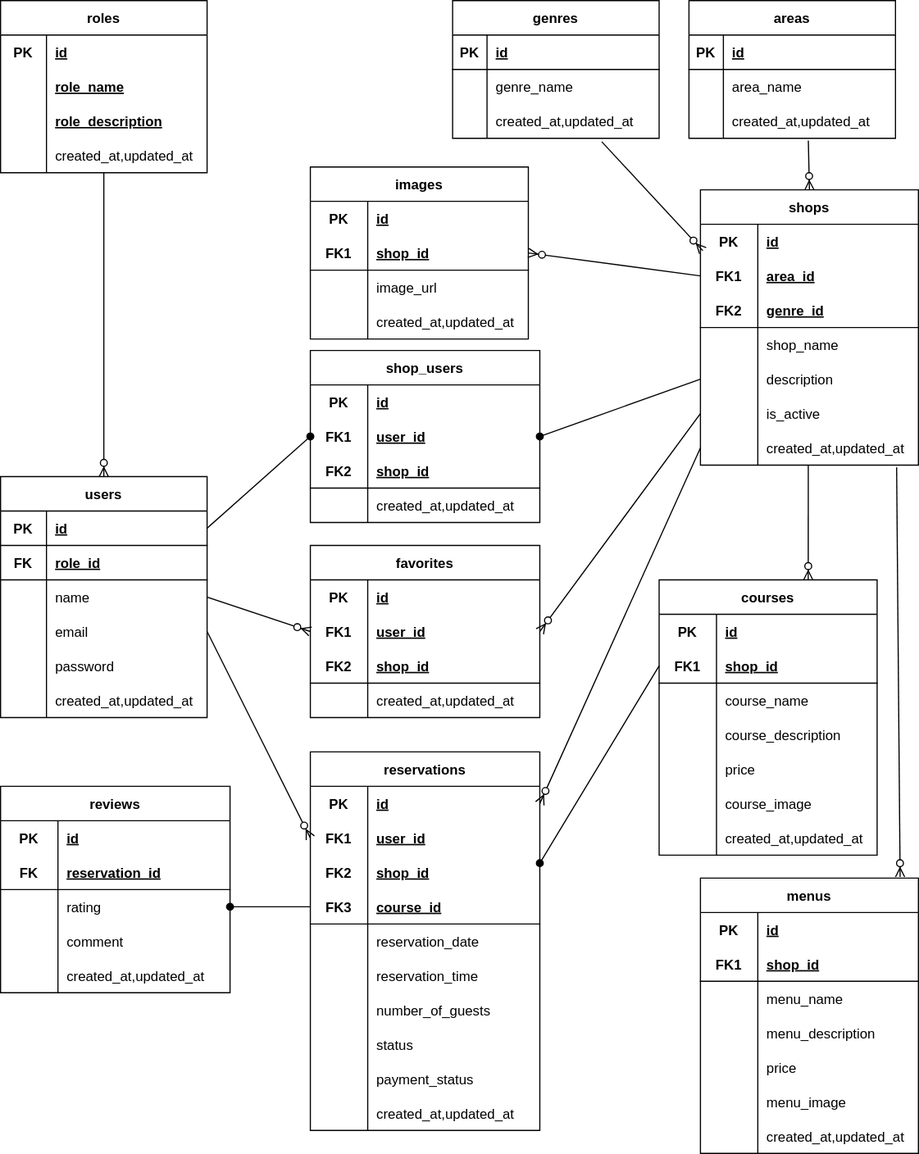
Earlier version of the draw.io export er.drawio.svg (fujico23/rese-system). Source tidied: cells renumbered, new cells last; positions are measured from the earlier drawing's top-left corner, leaving out a move shared by most shapes.
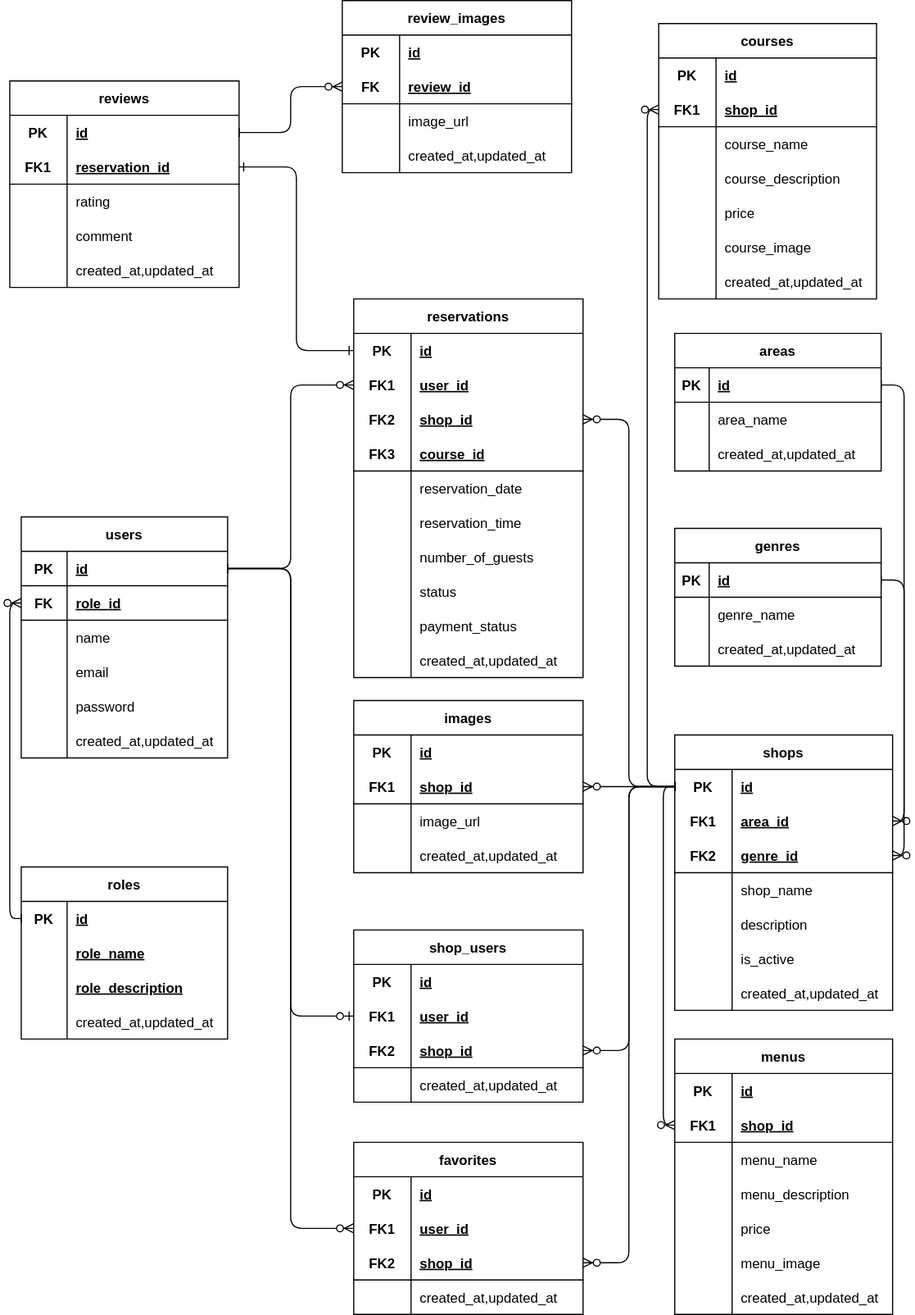
Later version of the same file.

Change to the diagram source:
```diff
@@ -5,3 +5,3 @@
     <mxCell id="2" value="users" style="shape=table;startSize=30;rowLines=0;fontStyle=1;align=center;rounded=0;" parent="1" vertex="1">
-      <mxGeometry y="415" width="180" height="210" as="geometry" />
+      <mxGeometry x="14" y="455" width="180" height="210" as="geometry" />
     </mxCell>
@@ -62,3 +62,3 @@
     <mxCell id="21" value="areas" style="shape=table;startSize=30;rowLines=0;fontStyle=1;align=center;rounded=0;" parent="1" vertex="1">
-      <mxGeometry x="600" width="180" height="120" as="geometry" />
+      <mxGeometry x="584" y="295" width="180" height="120" as="geometry" />
     </mxCell>
@@ -92,3 +92,3 @@
     <mxCell id="31" value="genres" style="shape=table;startSize=30;rowLines=0;fontStyle=1;align=center;rounded=0;" parent="1" vertex="1">
-      <mxGeometry x="394" width="180" height="120" as="geometry" />
+      <mxGeometry x="584" y="465" width="180" height="120" as="geometry" />
     </mxCell>
@@ -122,3 +122,3 @@
     <mxCell id="41" value="shops" style="shape=table;startSize=30;rowLines=0;fontStyle=1;align=center;rounded=0;" parent="1" vertex="1">
-      <mxGeometry x="610" y="165" width="190" height="240" as="geometry" />
+      <mxGeometry x="584" y="645" width="190" height="240" as="geometry" />
     </mxCell>
@@ -188,3 +188,3 @@
     <mxCell id="63" value="favorites" style="shape=table;startSize=30;rowLines=0;fontStyle=1;align=center;rounded=0;" parent="1" vertex="1">
-      <mxGeometry x="270" y="475" width="200" height="150" as="geometry" />
+      <mxGeometry x="304" y="1000" width="200" height="150" as="geometry" />
     </mxCell>
@@ -227,3 +227,3 @@
     <mxCell id="76" value="reservations" style="shape=table;startSize=30;rowLines=0;fontStyle=1;align=center;rounded=0;" parent="1" vertex="1">
-      <mxGeometry x="270" y="655" width="200" height="330" as="geometry" />
+      <mxGeometry x="304" y="265" width="200" height="330" as="geometry" />
     </mxCell>
@@ -320,3 +320,3 @@
     <mxCell id="107" value="roles" style="shape=table;startSize=30;rowLines=0;fontStyle=1;align=center;rounded=0;" parent="1" vertex="1">
-      <mxGeometry width="180" height="150" as="geometry" />
+      <mxGeometry x="14" y="760" width="180" height="150" as="geometry" />
     </mxCell>
@@ -358,19 +358,4 @@
     </mxCell>
-    <mxCell id="120" style="fontSize=12;html=1;endArrow=ERzeroToMany;endFill=1;rounded=0;entryX=0;entryY=0.5;entryDx=0;entryDy=0;exitX=1;exitY=0.5;exitDx=0;exitDy=0;" parent="1" edge="1" source="9" target="67">
-      <mxGeometry relative="1" as="geometry" />
-    </mxCell>
-    <mxCell id="121" style="fontSize=12;html=1;endArrow=ERzeroToMany;endFill=1;rounded=0;exitX=1;exitY=0.5;exitDx=0;exitDy=0;entryX=0;entryY=0.5;entryDx=0;entryDy=0;" parent="1" edge="1" source="12" target="80">
-      <mxGeometry relative="1" as="geometry" />
-    </mxCell>
-    <mxCell id="122" style="fontSize=12;html=1;endArrow=ERzeroToMany;endFill=1;rounded=0;entryX=1;entryY=0.5;entryDx=0;entryDy=0;exitX=0;exitY=0.5;exitDx=0;exitDy=0;" parent="1" edge="1" source="57" target="67">
-      <mxGeometry relative="1" as="geometry" />
-    </mxCell>
-    <mxCell id="123" style="fontSize=12;html=1;endArrow=ERzeroToMany;endFill=1;rounded=0;exitX=0.722;exitY=1.1;exitDx=0;exitDy=0;entryX=0.011;entryY=0.767;entryDx=0;entryDy=0;exitPerimeter=0;entryPerimeter=0;" parent="1" edge="1" source="38" target="42">
-      <mxGeometry relative="1" as="geometry" />
-    </mxCell>
-    <mxCell id="124" style="fontSize=12;html=1;endArrow=ERzeroToMany;endFill=1;rounded=0;exitX=0.578;exitY=1.067;exitDx=0;exitDy=0;entryX=0.5;entryY=0;entryDx=0;entryDy=0;exitPerimeter=0;" parent="1" edge="1" source="28" target="41">
-      <mxGeometry relative="1" as="geometry" />
-    </mxCell>
     <mxCell id="125" value="reviews" style="shape=table;startSize=30;rowLines=0;fontStyle=1;align=center;rounded=0;" parent="1" vertex="1">
-      <mxGeometry y="685" width="200" height="180" as="geometry" />
+      <mxGeometry x="4" y="75" width="200" height="180" as="geometry" />
     </mxCell>
@@ -388,3 +373,3 @@
     </mxCell>
-    <mxCell id="130" value="FK" style="shape=partialRectangle;fillColor=none;top=0;left=0;bottom=0;right=0;fontStyle=1;overflow=hidden;rounded=0;" parent="129" vertex="1">
+    <mxCell id="130" value="FK1" style="shape=partialRectangle;fillColor=none;top=0;left=0;bottom=0;right=0;fontStyle=1;overflow=hidden;rounded=0;" parent="129" vertex="1">
       <mxGeometry width="50" height="30" as="geometry" />
@@ -421,10 +406,7 @@
     </mxCell>
-    <mxCell id="141" style="fontSize=12;html=1;endArrow=ERzeroToMany;endFill=1;rounded=0;entryX=0.5;entryY=0;entryDx=0;entryDy=0;" parent="1" edge="1" source="117" target="2">
-      <mxGeometry relative="1" as="geometry" />
-    </mxCell>
     <mxCell id="142" value="images" style="shape=table;startSize=30;rowLines=0;fontStyle=1;align=center;rounded=0;" parent="1" vertex="1">
-      <mxGeometry x="270" y="145" width="190" height="150" as="geometry" />
+      <mxGeometry x="304" y="615" width="200" height="150" as="geometry" />
     </mxCell>
     <mxCell id="143" style="shape=tableRow;horizontal=0;startSize=0;swimlaneHead=0;swimlaneBody=0;fillColor=none;top=0;left=0;right=0;bottom=0;rounded=0;" parent="142" vertex="1">
-      <mxGeometry y="30" width="190" height="30" as="geometry" />
+      <mxGeometry y="30" width="200" height="30" as="geometry" />
     </mxCell>
@@ -434,6 +416,6 @@
     <mxCell id="145" value="id" style="shape=partialRectangle;fillColor=none;top=0;left=0;bottom=0;right=0;align=left;spacingLeft=6;fontStyle=5;overflow=hidden;rounded=0;" parent="143" vertex="1">
-      <mxGeometry x="50" width="140" height="30" as="geometry" />
+      <mxGeometry x="50" width="150" height="30" as="geometry" />
     </mxCell>
     <mxCell id="146" style="shape=tableRow;horizontal=0;startSize=0;swimlaneHead=0;swimlaneBody=0;fillColor=none;points=[[0,0.5],[1,0.5]];portConstraint=eastwest;top=0;left=0;right=0;bottom=1;rounded=0;" parent="142" vertex="1">
-      <mxGeometry y="60" width="190" height="30" as="geometry" />
+      <mxGeometry y="60" width="200" height="30" as="geometry" />
     </mxCell>
@@ -443,6 +425,6 @@
     <mxCell id="148" value="shop_id" style="shape=partialRectangle;fillColor=none;top=0;left=0;bottom=0;right=0;align=left;spacingLeft=6;fontStyle=5;overflow=hidden;rounded=0;" parent="146" vertex="1">
-      <mxGeometry x="50" width="140" height="30" as="geometry" />
+      <mxGeometry x="50" width="150" height="30" as="geometry" />
     </mxCell>
     <mxCell id="149" style="shape=tableRow;horizontal=0;startSize=0;swimlaneHead=0;swimlaneBody=0;fillColor=none;top=0;left=0;right=0;bottom=0;rounded=0;" parent="142" vertex="1">
-      <mxGeometry y="90" width="190" height="30" as="geometry" />
+      <mxGeometry y="90" width="200" height="30" as="geometry" />
     </mxCell>
@@ -452,6 +434,6 @@
     <mxCell id="151" value="image_url" style="shape=partialRectangle;fillColor=none;top=0;left=0;bottom=0;right=0;align=left;spacingLeft=6;overflow=hidden;rounded=0;" parent="149" vertex="1">
-      <mxGeometry x="50" width="140" height="30" as="geometry" />
+      <mxGeometry x="50" width="150" height="30" as="geometry" />
     </mxCell>
     <mxCell id="152" style="shape=tableRow;horizontal=0;startSize=0;swimlaneHead=0;swimlaneBody=0;fillColor=none;top=0;left=0;right=0;bottom=0;rounded=0;" parent="142" vertex="1">
-      <mxGeometry y="120" width="190" height="30" as="geometry" />
+      <mxGeometry y="120" width="200" height="30" as="geometry" />
     </mxCell>
@@ -461,9 +443,6 @@
     <mxCell id="154" value="created_at,updated_at" style="shape=partialRectangle;fillColor=none;top=0;left=0;bottom=0;right=0;align=left;spacingLeft=6;overflow=hidden;rounded=0;" parent="152" vertex="1">
-      <mxGeometry x="50" width="140" height="30" as="geometry" />
+      <mxGeometry x="50" width="150" height="30" as="geometry" />
     </mxCell>
-    <mxCell id="155" style="fontSize=12;html=1;endArrow=ERzeroToMany;endFill=1;rounded=0;entryX=1;entryY=0.5;entryDx=0;entryDy=0;exitX=0;exitY=0.5;exitDx=0;exitDy=0;" parent="1" edge="1" source="45" target="146">
-      <mxGeometry relative="1" as="geometry" />
-    </mxCell>
     <mxCell id="156" value="shop_users" style="shape=table;startSize=30;rowLines=0;fontStyle=1;align=center;rounded=0;" parent="1" vertex="1">
-      <mxGeometry x="270" y="305" width="200" height="150" as="geometry" />
+      <mxGeometry x="304" y="815" width="200" height="150" as="geometry" />
     </mxCell>
@@ -505,13 +484,4 @@
     </mxCell>
-    <mxCell id="169" style="fontSize=12;html=1;endArrow=oval;endFill=1;rounded=0;exitX=1;exitY=0.5;exitDx=0;exitDy=0;entryX=0;entryY=0.5;entryDx=0;entryDy=0;" parent="1" edge="1" source="3" target="160">
-      <mxGeometry relative="1" as="geometry" />
-    </mxCell>
-    <mxCell id="170" style="fontSize=12;html=1;endArrow=oval;endFill=1;rounded=0;entryX=1;entryY=0.5;entryDx=0;entryDy=0;exitX=0;exitY=0.5;exitDx=0;exitDy=0;" parent="1" edge="1" source="54" target="160">
-      <mxGeometry relative="1" as="geometry" />
-    </mxCell>
-    <mxCell id="171" style="fontSize=12;html=1;endArrow=oval;endFill=1;rounded=0;entryX=1;entryY=0.5;entryDx=0;entryDy=0;exitX=0;exitY=0.5;exitDx=0;exitDy=0;" parent="1" edge="1" source="86" target="132">
-      <mxGeometry relative="1" as="geometry" />
-    </mxCell>
     <mxCell id="172" value="menus" style="shape=table;startSize=30;rowLines=0;fontStyle=1;align=center;rounded=0;" parent="1" vertex="1">
-      <mxGeometry x="610" y="765" width="190" height="240" as="geometry" />
+      <mxGeometry x="584" y="910" width="190" height="240" as="geometry" />
     </mxCell>
@@ -580,10 +550,4 @@
     </mxCell>
-    <mxCell id="194" style="fontSize=12;html=1;endArrow=ERzeroToMany;endFill=1;rounded=0;entryX=0.916;entryY=-0.004;entryDx=0;entryDy=0;exitX=0.9;exitY=1.067;exitDx=0;exitDy=0;exitPerimeter=0;entryPerimeter=0;" parent="1" edge="1" source="60" target="172">
-      <mxGeometry relative="1" as="geometry" />
-    </mxCell>
-    <mxCell id="195" style="fontSize=12;html=1;endArrow=ERzeroToMany;endFill=1;rounded=0;entryX=1;entryY=0.5;entryDx=0;entryDy=0;exitX=0;exitY=0.5;exitDx=0;exitDy=0;" parent="1" edge="1" source="60" target="77">
-      <mxGeometry relative="1" as="geometry" />
-    </mxCell>
     <mxCell id="196" value="courses" style="shape=table;startSize=30;rowLines=0;fontStyle=1;align=center;rounded=0;" parent="1" vertex="1">
-      <mxGeometry x="574" y="505" width="190" height="240" as="geometry" />
+      <mxGeometry x="570" y="25" width="190" height="240" as="geometry" />
     </mxCell>
@@ -652,10 +616,89 @@
     </mxCell>
-    <mxCell id="218" style="fontSize=12;html=1;endArrow=oval;endFill=1;rounded=0;entryX=1;entryY=0.233;entryDx=0;entryDy=0;exitX=0;exitY=0.5;exitDx=0;exitDy=0;entryPerimeter=0;" parent="1" edge="1" source="200" target="83">
-      <mxGeometry relative="1" as="geometry" />
-    </mxCell>
-    <mxCell id="219" style="fontSize=12;html=1;endArrow=ERzeroToMany;endFill=1;rounded=0;entryX=0.684;entryY=0;entryDx=0;entryDy=0;entryPerimeter=0;" parent="1" edge="1" target="196">
-      <mxGeometry relative="1" as="geometry">
-        <mxPoint x="704" y="405" as="sourcePoint" />
-      </mxGeometry>
-    </mxCell>
+    <mxCell id="220" value="review_images" style="shape=table;startSize=30;rowLines=0;fontStyle=1;align=center;rounded=0;" parent="1" vertex="1">
+      <mxGeometry x="294" y="5" width="200" height="150" as="geometry" />
+    </mxCell>
+    <mxCell id="221" style="shape=tableRow;horizontal=0;startSize=0;swimlaneHead=0;swimlaneBody=0;fillColor=none;top=0;left=0;right=0;bottom=0;rounded=0;" parent="220" vertex="1">
+      <mxGeometry y="30" width="200" height="30" as="geometry" />
+    </mxCell>
+    <mxCell id="222" value="PK" style="shape=partialRectangle;fillColor=none;top=0;left=0;bottom=0;right=0;fontStyle=1;overflow=hidden;rounded=0;" parent="221" vertex="1">
+      <mxGeometry width="50" height="30" as="geometry" />
+    </mxCell>
+    <mxCell id="223" value="id" style="shape=partialRectangle;fillColor=none;top=0;left=0;bottom=0;right=0;align=left;spacingLeft=6;fontStyle=5;overflow=hidden;rounded=0;" parent="221" vertex="1">
+      <mxGeometry x="50" width="150" height="30" as="geometry" />
+    </mxCell>
+    <mxCell id="224" style="shape=tableRow;horizontal=0;startSize=0;swimlaneHead=0;swimlaneBody=0;fillColor=none;points=[[0,0.5],[1,0.5]];portConstraint=eastwest;top=0;left=0;right=0;bottom=1;rounded=0;" parent="220" vertex="1">
+      <mxGeometry y="60" width="200" height="30" as="geometry" />
+    </mxCell>
+    <mxCell id="225" value="FK" style="shape=partialRectangle;fillColor=none;top=0;left=0;bottom=0;right=0;fontStyle=1;overflow=hidden;rounded=0;" parent="224" vertex="1">
+      <mxGeometry width="50" height="30" as="geometry" />
+    </mxCell>
+    <mxCell id="226" value="review_id" style="shape=partialRectangle;fillColor=none;top=0;left=0;bottom=0;right=0;align=left;spacingLeft=6;fontStyle=5;overflow=hidden;rounded=0;" parent="224" vertex="1">
+      <mxGeometry x="50" width="150" height="30" as="geometry" />
+    </mxCell>
+    <mxCell id="227" style="shape=tableRow;horizontal=0;startSize=0;swimlaneHead=0;swimlaneBody=0;fillColor=none;top=0;left=0;right=0;bottom=0;rounded=0;" parent="220" vertex="1">
+      <mxGeometry y="90" width="200" height="30" as="geometry" />
+    </mxCell>
+    <mxCell id="228" style="shape=partialRectangle;fillColor=none;top=0;left=0;bottom=0;right=0;overflow=hidden;rounded=0;" parent="227" vertex="1">
+      <mxGeometry width="50" height="30" as="geometry" />
+    </mxCell>
+    <mxCell id="229" value="image_url" style="shape=partialRectangle;fillColor=none;top=0;left=0;bottom=0;right=0;align=left;spacingLeft=6;overflow=hidden;rounded=0;" parent="227" vertex="1">
+      <mxGeometry x="50" width="150" height="30" as="geometry" />
+    </mxCell>
+    <mxCell id="230" style="shape=tableRow;horizontal=0;startSize=0;swimlaneHead=0;swimlaneBody=0;fillColor=none;top=0;left=0;right=0;bottom=0;rounded=0;" parent="220" vertex="1">
+      <mxGeometry y="120" width="200" height="30" as="geometry" />
+    </mxCell>
+    <mxCell id="231" style="shape=partialRectangle;fillColor=none;top=0;left=0;bottom=0;right=0;overflow=hidden;rounded=0;" parent="230" vertex="1">
+      <mxGeometry width="50" height="30" as="geometry" />
+    </mxCell>
+    <mxCell id="232" value="created_at,updated_at" style="shape=partialRectangle;fillColor=none;top=0;left=0;bottom=0;right=0;align=left;spacingLeft=6;overflow=hidden;rounded=0;" parent="230" vertex="1">
+      <mxGeometry x="50" width="150" height="30" as="geometry" />
+    </mxCell>
+    <mxCell id="233" style="fontSize=12;html=1;endArrow=ERzeroToMany;endFill=1;rounded=1;exitX=0;exitY=0.5;exitDx=0;exitDy=0;entryX=0;entryY=0.5;entryDx=0;entryDy=0;startArrow=baseDash;startFill=0;edgeStyle=orthogonalEdgeStyle;" parent="1" edge="1" source="42" target="200">
+      <mxGeometry relative="1" as="geometry" />
+    </mxCell>
+    <mxCell id="234" style="fontSize=12;html=1;endArrow=ERzeroToMany;endFill=1;rounded=1;exitX=0;exitY=0.5;exitDx=0;exitDy=0;entryX=1;entryY=0.5;entryDx=0;entryDy=0;startArrow=baseDash;startFill=0;edgeStyle=orthogonalEdgeStyle;" parent="1" edge="1" source="42" target="146">
+      <mxGeometry relative="1" as="geometry" />
+    </mxCell>
+    <mxCell id="235" style="fontSize=12;html=1;endArrow=ERzeroToMany;endFill=1;rounded=1;exitX=0;exitY=0.5;exitDx=0;exitDy=0;entryX=1;entryY=0.5;entryDx=0;entryDy=0;startArrow=baseDash;startFill=0;edgeStyle=orthogonalEdgeStyle;" parent="1" edge="1" source="42" target="163">
+      <mxGeometry relative="1" as="geometry" />
+    </mxCell>
+    <mxCell id="236" style="fontSize=12;html=1;endArrow=ERzeroToMany;endFill=1;rounded=1;exitX=0;exitY=0.5;exitDx=0;exitDy=0;entryX=1;entryY=0.5;entryDx=0;entryDy=0;startArrow=baseDash;startFill=0;edgeStyle=orthogonalEdgeStyle;" parent="1" edge="1" source="42" target="70">
+      <mxGeometry relative="1" as="geometry" />
+    </mxCell>
+    <mxCell id="237" style="fontSize=12;html=1;endArrow=ERzeroToMany;endFill=1;rounded=1;exitX=0;exitY=0.5;exitDx=0;exitDy=0;entryX=1;entryY=0.5;entryDx=0;entryDy=0;startArrow=baseDash;startFill=0;edgeStyle=orthogonalEdgeStyle;" parent="1" edge="1" source="42" target="83">
+      <mxGeometry relative="1" as="geometry" />
+    </mxCell>
+    <mxCell id="238" style="fontSize=12;html=1;endArrow=ERzeroToMany;endFill=1;rounded=1;entryX=0;entryY=0.5;entryDx=0;entryDy=0;startArrow=baseDash;startFill=0;edgeStyle=orthogonalEdgeStyle;exitX=1;exitY=0.5;exitDx=0;exitDy=0;" parent="1" edge="1" source="3" target="67">
+      <mxGeometry relative="1" as="geometry" />
+    </mxCell>
+    <mxCell id="239" style="fontSize=12;html=1;endArrow=ERzeroToMany;endFill=1;rounded=1;entryX=0;entryY=0.5;entryDx=0;entryDy=0;startArrow=baseDash;startFill=0;edgeStyle=orthogonalEdgeStyle;exitX=1;exitY=0.5;exitDx=0;exitDy=0;" parent="1" edge="1" source="3" target="80">
+      <mxGeometry relative="1" as="geometry" />
+    </mxCell>
+    <mxCell id="240" style="fontSize=12;html=1;endArrow=ERzeroToMany;endFill=1;rounded=1;exitX=0;exitY=0.5;exitDx=0;exitDy=0;entryX=0;entryY=0.5;entryDx=0;entryDy=0;startArrow=baseDash;startFill=0;edgeStyle=orthogonalEdgeStyle;" parent="1" edge="1" source="108" target="6">
+      <mxGeometry relative="1" as="geometry" />
+    </mxCell>
+    <mxCell id="169" style="fontSize=12;html=1;endArrow=ERzeroToOne;endFill=0;rounded=1;entryX=0;entryY=0.5;entryDx=0;entryDy=0;startArrow=baseDash;startFill=0;edgeStyle=orthogonalEdgeStyle;exitX=1;exitY=0.5;exitDx=0;exitDy=0;" parent="1" edge="1" source="3" target="160">
+      <mxGeometry relative="1" as="geometry" />
+    </mxCell>
+    <mxCell id="241" style="fontSize=12;html=1;endArrow=ERone;endFill=0;rounded=1;entryX=1;entryY=0.5;entryDx=0;entryDy=0;startArrow=ERone;startFill=0;edgeStyle=orthogonalEdgeStyle;exitX=0;exitY=0.5;exitDx=0;exitDy=0;" parent="1" edge="1" source="77" target="129">
+      <mxGeometry relative="1" as="geometry" />
+    </mxCell>
+    <mxCell id="242" style="fontSize=12;html=1;endArrow=ERzeroToMany;endFill=1;rounded=1;entryX=0;entryY=0.5;entryDx=0;entryDy=0;startArrow=baseDash;startFill=0;edgeStyle=orthogonalEdgeStyle;exitX=1;exitY=0.5;exitDx=0;exitDy=0;" parent="1" edge="1" source="126" target="224">
+      <mxGeometry relative="1" as="geometry" />
+    </mxCell>
+    <mxCell id="243" style="fontSize=12;html=1;endArrow=ERone;endFill=0;rounded=1;entryX=0;entryY=0.5;entryDx=0;entryDy=0;startArrow=baseDash;startFill=0;edgeStyle=orthogonalEdgeStyle;exitX=1;exitY=0.5;exitDx=0;exitDy=0;" parent="1" edge="1" source="3" target="x">
+      <mxGeometry relative="1" as="geometry" />
+    </mxCell>
+    <mxCell id="244" style="fontSize=12;html=1;endArrow=ERone;endFill=0;rounded=1;startArrow=ERone;startFill=0;edgeStyle=orthogonalEdgeStyle;exitX=1;exitY=0.5;exitDx=0;exitDy=0;" parent="1" edge="1" source="x" target="42">
+      <mxGeometry relative="1" as="geometry" />
+    </mxCell>
+    <mxCell id="245" style="fontSize=12;html=1;endArrow=ERzeroToMany;endFill=1;rounded=1;exitX=0;exitY=0.5;exitDx=0;exitDy=0;entryX=0;entryY=0.5;entryDx=0;entryDy=0;startArrow=baseDash;startFill=0;edgeStyle=orthogonalEdgeStyle;" parent="1" edge="1" source="42" target="176">
+      <mxGeometry relative="1" as="geometry" />
+    </mxCell>
+    <mxCell id="246" style="fontSize=12;html=1;endArrow=ERzeroToMany;endFill=1;rounded=1;exitX=1;exitY=0.5;exitDx=0;exitDy=0;entryX=1;entryY=0.5;entryDx=0;entryDy=0;startArrow=baseDash;startFill=0;edgeStyle=orthogonalEdgeStyle;" parent="1" edge="1" source="22" target="45">
+      <mxGeometry relative="1" as="geometry" />
+    </mxCell>
+    <mxCell id="247" style="fontSize=12;html=1;endArrow=ERzeroToMany;endFill=1;rounded=1;exitX=1;exitY=0.5;exitDx=0;exitDy=0;entryX=1;entryY=0.5;entryDx=0;entryDy=0;startArrow=baseDash;startFill=0;edgeStyle=orthogonalEdgeStyle;" parent="1" edge="1" source="32" target="48">
+      <mxGeometry relative="1" as="geometry" />
+    </mxCell>
   </root>
```
